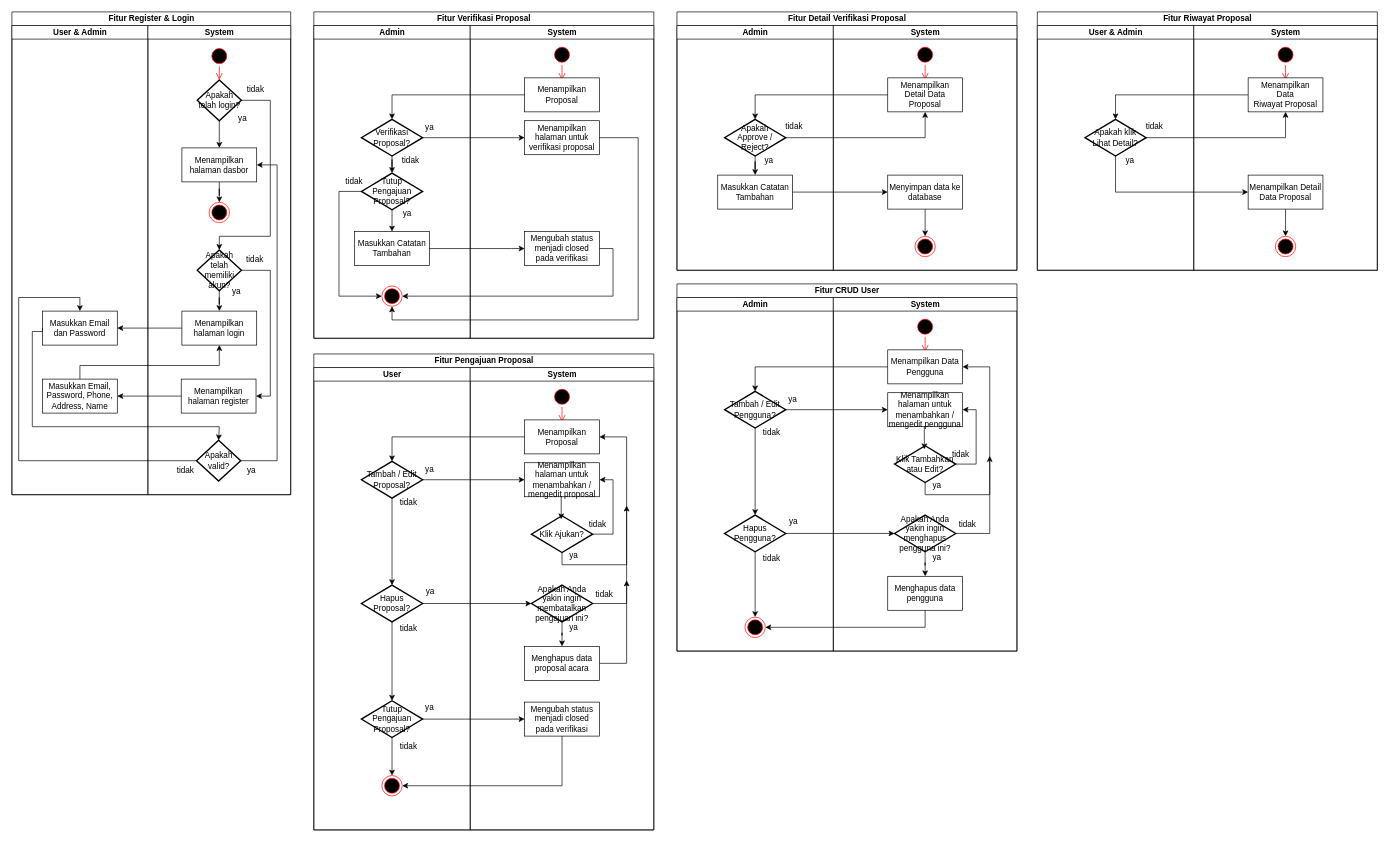
Above: page "Activity Diagram" (6 of 6) of Uji Level 11_ Kadavi Raditya Alvino.drawio in dapzz-id/DrawIO (draw.io), before the change. Source tidied: cells renumbered, new cells numbered last; positions are measured from the earlier drawing's top-left corner, leaving out a move shared by most shapes. Both pictures are drawn from the tidied source at 68%, with x=0, y=0 at pixel (12, 12).
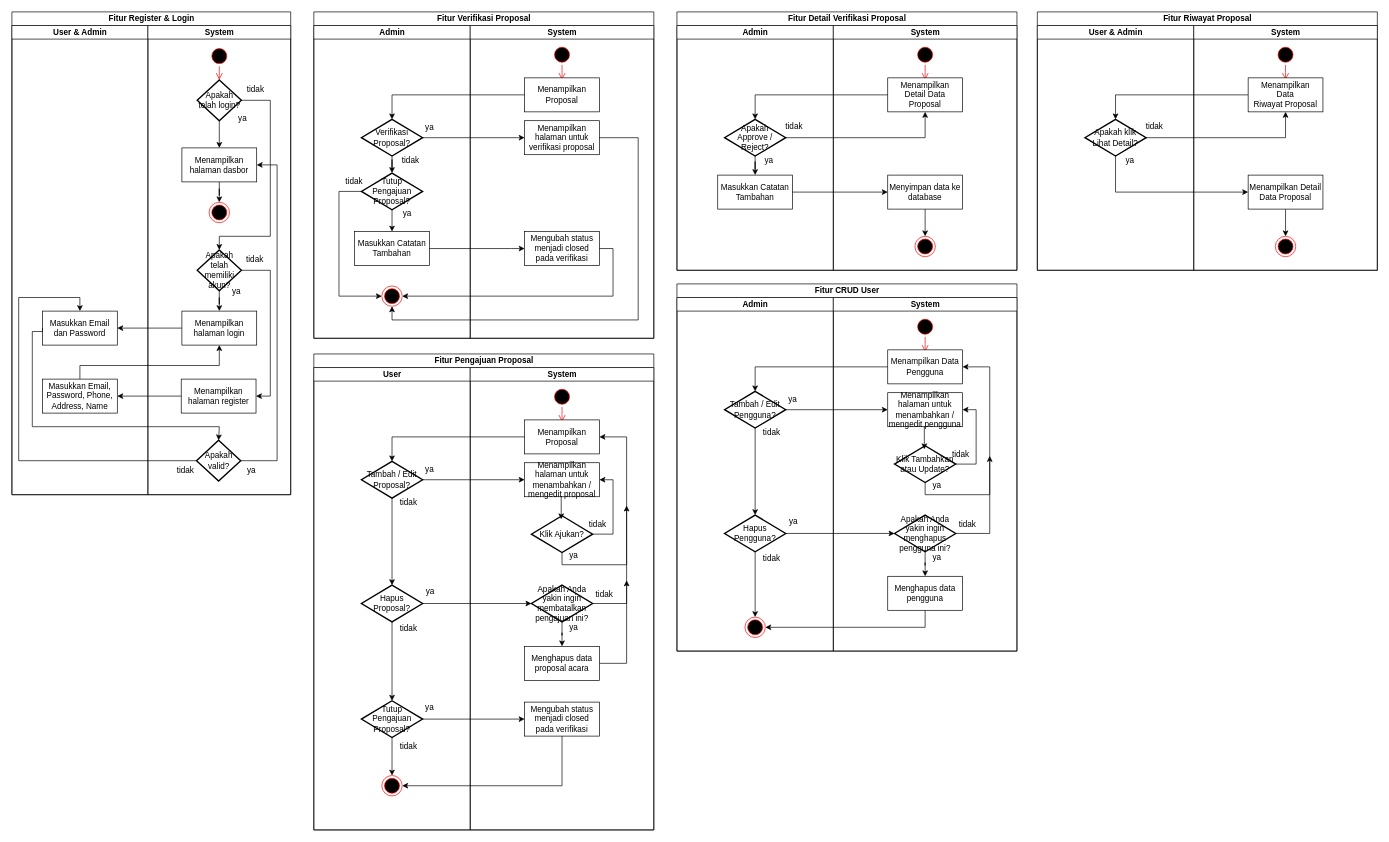
The same page after the edit.

The change refers to these unchanged cells:
```xml
<mxCell id="124" value="System" style="swimlane;startSize=20;html=1;" parent="113" vertex="1">
  <mxGeometry x="230" y="20" width="270" height="520" as="geometry" />
</mxCell>
```

Diff of the diagram source:
```diff
@@
-    <mxCell id="131" value="&lt;div&gt;Klik Tambahkan atau Edit?&lt;/div&gt;" style="strokeWidth=2;html=1;shape=mxgraph.flowchart.decision;whiteSpace=wrap;" parent="124" vertex="1">
+    <mxCell id="131" value="&lt;div&gt;Klik Tambahkan atau Update?&lt;/div&gt;" style="strokeWidth=2;html=1;shape=mxgraph.flowchart.decision;whiteSpace=wrap;" parent="124" vertex="1">
       <mxGeometry x="90" y="218" width="90" height="54" as="geometry" />
     </mxCell>
```
